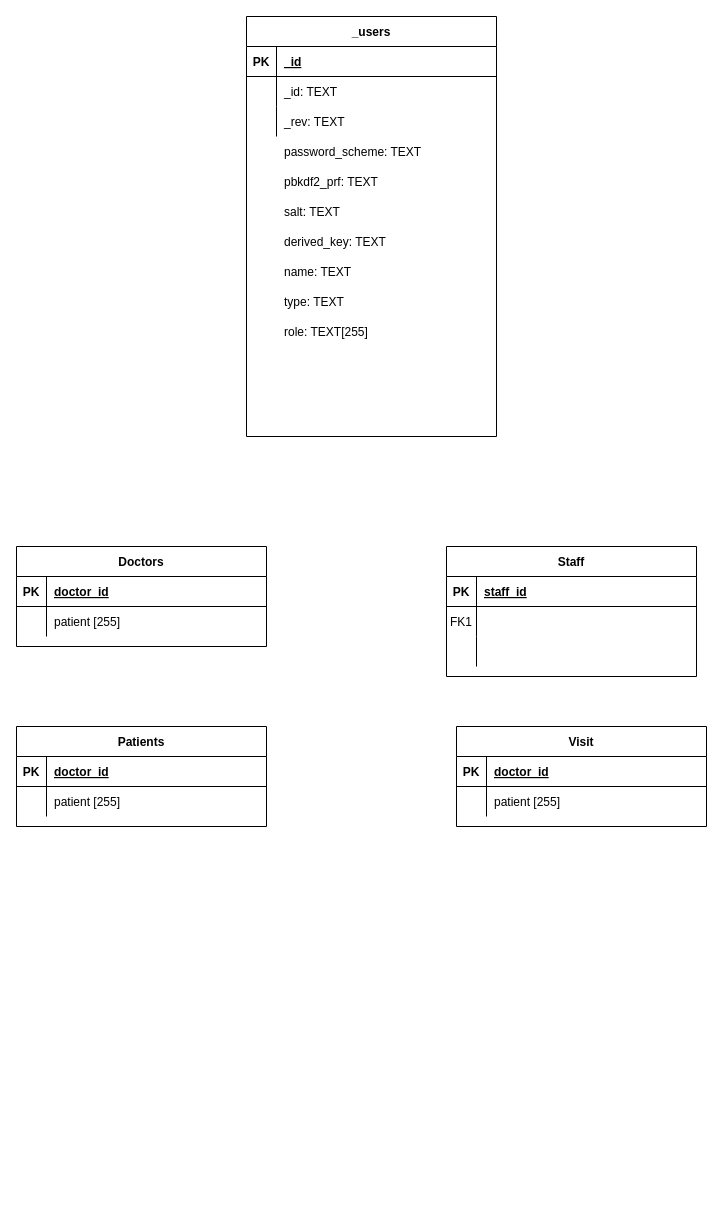
VilimTrakos/TDP_projekt keeps this draw.io diagram as TBP.drawio. Above is the earlier version. Source tidied: cells renumbered, new cells numbered last; positions are measured from the earlier drawing's top-left corner, leaving out a move shared by most shapes. Both pictures are drawn from the tidied source at 100%, with x=0, y=0 at pixel (16, 16).
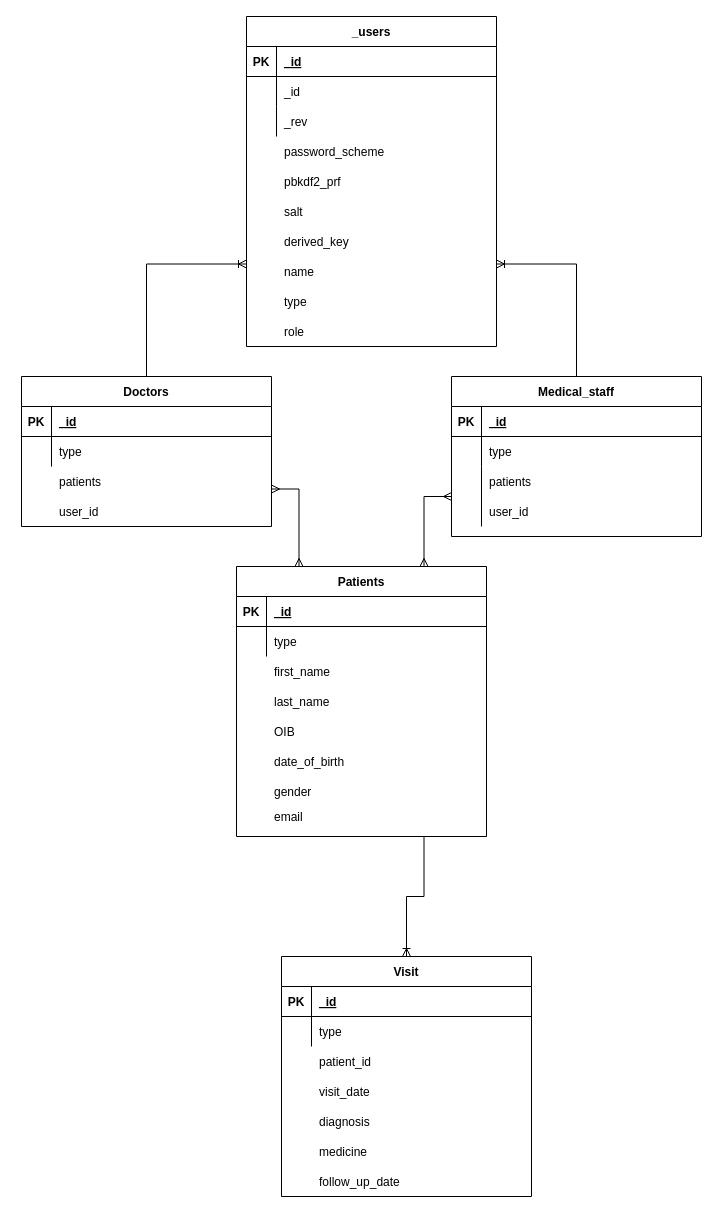
The same page after the edit.

The change refers to these unchanged cells:
```xml
<mxCell id="6" style="shape=partialRectangle;fillColor=none;top=0;left=0;right=0;bottom=0;" parent="2" vertex="1">
  <mxGeometry y="60" width="250" height="30" as="geometry" />
</mxCell>
<mxCell id="9" style="shape=partialRectangle;fillColor=none;top=0;left=0;right=0;bottom=0;" parent="2" vertex="1">
  <mxGeometry y="90" width="250" height="30" as="geometry" />
</mxCell>
<mxCell id="13" style="shape=partialRectangle;fillColor=none;top=0;left=0;right=0;bottom=1;" parent="12" vertex="1">
  <mxGeometry y="30" width="250" height="30" as="geometry" />
</mxCell>
<mxCell id="16" style="shape=partialRectangle;fillColor=none;top=0;left=0;right=0;bottom=0;" parent="12" vertex="1">
  <mxGeometry y="60" width="250" height="30" as="geometry" />
</mxCell>
<mxCell id="23" style="shape=partialRectangle;fillColor=none;top=0;left=0;right=0;bottom=1;" parent="22" vertex="1">
  <mxGeometry y="30" width="250" height="30" as="geometry" />
</mxCell>
<mxCell id="26" style="shape=partialRectangle;fillColor=none;top=0;left=0;right=0;bottom=0;" parent="22" vertex="1">
  <mxGeometry y="60" width="250" height="30" as="geometry" />
</mxCell>
<mxCell id="30" style="shape=partialRectangle;fillColor=none;top=0;left=0;right=0;bottom=1;" parent="29" vertex="1">
  <mxGeometry y="30" width="250" height="30" as="geometry" />
</mxCell>
<mxCell id="33" style="shape=partialRectangle;fillColor=none;top=0;left=0;right=0;bottom=0;" parent="29" vertex="1">
  <mxGeometry y="60" width="250" height="30" as="geometry" />
</mxCell>
<mxCell id="37" style="shape=partialRectangle;fillColor=none;top=0;left=0;right=0;bottom=1;" parent="36" vertex="1">
  <mxGeometry y="30" width="250" height="30" as="geometry" />
</mxCell>
<mxCell id="40" style="shape=partialRectangle;fillColor=none;top=0;left=0;right=0;bottom=0;" parent="36" vertex="1">
  <mxGeometry y="60" width="250" height="30" as="geometry" />
</mxCell>
```

The edit, as a diff of the source:
```diff
@@
     <mxCell id="2" value="_users" style="shape=table;startSize=30;childLayout=tableLayout;rowLines=0;fontStyle=1;align=center;" parent="1" vertex="1">
-      <mxGeometry x="230" width="250" height="420" as="geometry" />
+      <mxGeometry x="230" width="250" height="330" as="geometry" />
     </mxCell>
@@
-    <mxCell id="8" value="_id: TEXT" style="shape=partialRectangle;overflow=hidden;fillColor=none;top=0;left=0;bottom=0;right=0;align=left;spacingLeft=6;" parent="6" vertex="1">
+    <mxCell id="8" value="_id" style="shape=partialRectangle;overflow=hidden;fillColor=none;top=0;left=0;bottom=0;right=0;align=left;spacingLeft=6;" parent="6" vertex="1">
       <mxGeometry x="30" width="220" height="30" as="geometry" />
     </mxCell>
@@
-    <mxCell id="11" value="_rev: TEXT" style="shape=partialRectangle;overflow=hidden;fillColor=none;top=0;left=0;bottom=0;right=0;align=left;spacingLeft=6;" parent="9" vertex="1">
+    <mxCell id="11" value="_rev" style="shape=partialRectangle;overflow=hidden;fillColor=none;top=0;left=0;bottom=0;right=0;align=left;spacingLeft=6;" parent="9" vertex="1">
       <mxGeometry x="30" width="220" height="30" as="geometry" />
     </mxCell>
-    <mxCell id="12" value="Staff" style="shape=table;startSize=30;childLayout=tableLayout;rowLines=0;fontStyle=1;align=center;" parent="1" vertex="1">
-      <mxGeometry x="430" y="530" width="250" height="130" as="geometry" />
+    <mxCell id="12" value="Medical_staff" style="shape=table;startSize=30;childLayout=tableLayout;rowLines=0;fontStyle=1;align=center;" parent="1" vertex="1">
+      <mxGeometry x="435" y="360" width="250" height="160" as="geometry" />
     </mxCell>
@@
-    <mxCell id="15" value="staff_id" style="shape=partialRectangle;overflow=hidden;fillColor=none;top=0;left=0;bottom=0;right=0;align=left;spacingLeft=6;fontStyle=5;" parent="13" vertex="1">
+    <mxCell id="15" value="_id" style="shape=partialRectangle;overflow=hidden;fillColor=none;top=0;left=0;bottom=0;right=0;align=left;spacingLeft=6;fontStyle=5;" parent="13" vertex="1">
       <mxGeometry x="30" width="220" height="30" as="geometry" />
     </mxCell>
@@
-    <mxCell id="17" value="FK1" style="shape=partialRectangle;overflow=hidden;fillColor=none;top=0;left=0;bottom=0;right=0;" parent="16" vertex="1">
+    <mxCell id="17" style="shape=partialRectangle;overflow=hidden;fillColor=none;top=0;left=0;bottom=0;right=0;" parent="16" vertex="1">
       <mxGeometry width="30" height="30" as="geometry" />
     </mxCell>
@@
     <mxCell id="19" style="shape=partialRectangle;fillColor=none;points=[[0,0.5],[1,0.5]];portConstraint=eastwest;top=0;left=0;right=0;bottom=0;" parent="12" vertex="1">
-      <mxGeometry y="90" width="250" height="30" as="geometry" />
+      <mxGeometry y="90" width="250" height="60" as="geometry" />
     </mxCell>
     <mxCell id="20" style="shape=partialRectangle;overflow=hidden;fillColor=none;top=0;left=0;bottom=0;right=0;" parent="19" vertex="1">
-      <mxGeometry width="30" height="30" as="geometry" />
+      <mxGeometry width="30" height="60" as="geometry" />
     </mxCell>
     <mxCell id="21" style="shape=partialRectangle;overflow=hidden;fillColor=none;top=0;left=0;bottom=0;right=0;align=left;spacingLeft=6;" parent="19" vertex="1">
-      <mxGeometry x="30" width="220" height="30" as="geometry" />
+      <mxGeometry x="30" width="220" height="60" as="geometry" />
     </mxCell>
     <mxCell id="22" value="Doctors" style="shape=table;startSize=30;childLayout=tableLayout;rowLines=0;fontStyle=1;align=center;" parent="1" vertex="1">
-      <mxGeometry y="530" width="250" height="100" as="geometry" />
+      <mxGeometry x="5" y="360" width="250" height="150" as="geometry" />
     </mxCell>
@@
-    <mxCell id="25" value="doctor_id" style="shape=partialRectangle;overflow=hidden;fillColor=none;top=0;left=0;bottom=0;right=0;align=left;spacingLeft=6;fontStyle=5;" parent="23" vertex="1">
+    <mxCell id="25" value="_id" style="shape=partialRectangle;overflow=hidden;fillColor=none;top=0;left=0;bottom=0;right=0;align=left;spacingLeft=6;fontStyle=5;" parent="23" vertex="1">
       <mxGeometry x="30" width="220" height="30" as="geometry" />
     </mxCell>
@@
-    <mxCell id="28" value="patient [255]" style="shape=partialRectangle;overflow=hidden;fillColor=none;top=0;left=0;bottom=0;right=0;align=left;spacingLeft=6;" parent="26" vertex="1">
+    <mxCell id="28" style="shape=partialRectangle;overflow=hidden;fillColor=none;top=0;left=0;bottom=0;right=0;align=left;spacingLeft=6;" parent="26" vertex="1">
       <mxGeometry x="30" width="220" height="30" as="geometry" />
     </mxCell>
     <mxCell id="29" value="Patients" style="shape=table;startSize=30;childLayout=tableLayout;rowLines=0;fontStyle=1;align=center;" parent="1" vertex="1">
-      <mxGeometry y="710" width="250" height="100" as="geometry" />
+      <mxGeometry x="220" y="550" width="250" height="270" as="geometry" />
     </mxCell>
@@
-    <mxCell id="32" value="doctor_id" style="shape=partialRectangle;overflow=hidden;fillColor=none;top=0;left=0;bottom=0;right=0;align=left;spacingLeft=6;fontStyle=5;" parent="30" vertex="1">
+    <mxCell id="32" value="_id" style="shape=partialRectangle;overflow=hidden;fillColor=none;top=0;left=0;bottom=0;right=0;align=left;spacingLeft=6;fontStyle=5;" parent="30" vertex="1">
       <mxGeometry x="30" width="220" height="30" as="geometry" />
     </mxCell>
@@
-    <mxCell id="35" value="patient [255]" style="shape=partialRectangle;overflow=hidden;fillColor=none;top=0;left=0;bottom=0;right=0;align=left;spacingLeft=6;" parent="33" vertex="1">
+    <mxCell id="35" value="type" style="shape=partialRectangle;overflow=hidden;fillColor=none;top=0;left=0;bottom=0;right=0;align=left;spacingLeft=6;" parent="33" vertex="1">
       <mxGeometry x="30" width="220" height="30" as="geometry" />
     </mxCell>
     <mxCell id="36" value="Visit" style="shape=table;startSize=30;childLayout=tableLayout;rowLines=0;fontStyle=1;align=center;" parent="1" vertex="1">
-      <mxGeometry x="440" y="710" width="250" height="100" as="geometry" />
+      <mxGeometry x="265" y="940" width="250" height="240" as="geometry" />
     </mxCell>
@@
-    <mxCell id="39" value="doctor_id" style="shape=partialRectangle;overflow=hidden;fillColor=none;top=0;left=0;bottom=0;right=0;align=left;spacingLeft=6;fontStyle=5;" parent="37" vertex="1">
+    <mxCell id="39" value="_id" style="shape=partialRectangle;overflow=hidden;fillColor=none;top=0;left=0;bottom=0;right=0;align=left;spacingLeft=6;fontStyle=5;" parent="37" vertex="1">
       <mxGeometry x="30" width="220" height="30" as="geometry" />
     </mxCell>
@@
-    <mxCell id="42" value="patient [255]" style="shape=partialRectangle;overflow=hidden;fillColor=none;top=0;left=0;bottom=0;right=0;align=left;spacingLeft=6;" parent="40" vertex="1">
+    <mxCell id="42" value="type" style="shape=partialRectangle;overflow=hidden;fillColor=none;top=0;left=0;bottom=0;right=0;align=left;spacingLeft=6;" parent="40" vertex="1">
       <mxGeometry x="30" width="220" height="30" as="geometry" />
     </mxCell>
-    <mxCell id="43" value="password_scheme: TEXT" style="shape=partialRectangle;overflow=hidden;fillColor=none;top=0;left=0;bottom=0;right=0;align=left;spacingLeft=6;" parent="1" vertex="1">
+    <mxCell id="43" value="password_scheme" style="shape=partialRectangle;overflow=hidden;fillColor=none;top=0;left=0;bottom=0;right=0;align=left;spacingLeft=6;" parent="1" vertex="1">
       <mxGeometry x="260" y="120" width="220" height="30" as="geometry" />
     </mxCell>
-    <mxCell id="44" value="pbkdf2_prf: TEXT" style="shape=partialRectangle;overflow=hidden;fillColor=none;top=0;left=0;bottom=0;right=0;align=left;spacingLeft=6;" parent="1" vertex="1">
+    <mxCell id="44" value="pbkdf2_prf" style="shape=partialRectangle;overflow=hidden;fillColor=none;top=0;left=0;bottom=0;right=0;align=left;spacingLeft=6;" parent="1" vertex="1">
       <mxGeometry x="260" y="150" width="220" height="30" as="geometry" />
     </mxCell>
-    <mxCell id="45" value="salt: TEXT" style="shape=partialRectangle;overflow=hidden;fillColor=none;top=0;left=0;bottom=0;right=0;align=left;spacingLeft=6;" parent="1" vertex="1">
+    <mxCell id="45" value="salt" style="shape=partialRectangle;overflow=hidden;fillColor=none;top=0;left=0;bottom=0;right=0;align=left;spacingLeft=6;" parent="1" vertex="1">
       <mxGeometry x="260" y="180" width="220" height="30" as="geometry" />
     </mxCell>
-    <mxCell id="46" value="derived_key: TEXT" style="shape=partialRectangle;overflow=hidden;fillColor=none;top=0;left=0;bottom=0;right=0;align=left;spacingLeft=6;" parent="1" vertex="1">
-      <mxGeometry x="260" y="210" width="220" height="30" as="geometry" />
+    <mxCell id="46" value="derived_key" style="shape=partialRectangle;overflow=hidden;fillColor=none;top=0;left=0;bottom=0;right=0;align=left;spacingLeft=6;" parent="1" vertex="1">
+      <mxGeometry x="260" y="210" width="210" height="30" as="geometry" />
     </mxCell>
-    <mxCell id="47" value="name: TEXT" style="shape=partialRectangle;overflow=hidden;fillColor=none;top=0;left=0;bottom=0;right=0;align=left;spacingLeft=6;" parent="1" vertex="1">
+    <mxCell id="47" value="name" style="shape=partialRectangle;overflow=hidden;fillColor=none;top=0;left=0;bottom=0;right=0;align=left;spacingLeft=6;" parent="1" vertex="1">
       <mxGeometry x="260" y="240" width="220" height="30" as="geometry" />
     </mxCell>
-    <mxCell id="48" value="type: TEXT" style="shape=partialRectangle;overflow=hidden;fillColor=none;top=0;left=0;bottom=0;right=0;align=left;spacingLeft=6;" parent="1" vertex="1">
+    <mxCell id="48" value="type" style="shape=partialRectangle;overflow=hidden;fillColor=none;top=0;left=0;bottom=0;right=0;align=left;spacingLeft=6;" parent="1" vertex="1">
       <mxGeometry x="260" y="270" width="220" height="30" as="geometry" />
     </mxCell>
-    <mxCell id="49" value="role: TEXT[255]" style="shape=partialRectangle;overflow=hidden;fillColor=none;top=0;left=0;bottom=0;right=0;align=left;spacingLeft=6;" parent="1" vertex="1">
-      <mxGeometry x="260" y="300" width="220" height="30" as="geometry" />
+    <mxCell id="49" value="role" style="shape=partialRectangle;overflow=hidden;fillColor=none;top=0;left=0;bottom=0;right=0;align=left;spacingLeft=6;" parent="1" vertex="1">
+      <mxGeometry x="260" y="300" width="200" height="30" as="geometry" />
     </mxCell>
+    <mxCell id="50" value="type" style="shape=partialRectangle;overflow=hidden;fillColor=none;top=0;left=0;bottom=0;right=0;align=left;spacingLeft=6;" parent="1" vertex="1">
+      <mxGeometry x="35" y="420" width="180" height="30" as="geometry" />
+    </mxCell>
+    <mxCell id="51" value="patients" style="shape=partialRectangle;overflow=hidden;fillColor=none;top=0;left=0;bottom=0;right=0;align=left;spacingLeft=6;" parent="1" vertex="1">
+      <mxGeometry x="35" y="450" width="190" height="30" as="geometry" />
+    </mxCell>
+    <mxCell id="52" value="user_id" style="shape=partialRectangle;overflow=hidden;fillColor=none;top=0;left=0;bottom=0;right=0;align=left;spacingLeft=6;" parent="1" vertex="1">
+      <mxGeometry x="35" y="480" width="180" height="30" as="geometry" />
+    </mxCell>
+    <mxCell id="53" value="type" style="shape=partialRectangle;overflow=hidden;fillColor=none;top=0;left=0;bottom=0;right=0;align=left;spacingLeft=6;" parent="1" vertex="1">
+      <mxGeometry x="465" y="420" width="220" height="30" as="geometry" />
+    </mxCell>
+    <mxCell id="54" value="patients" style="shape=partialRectangle;overflow=hidden;fillColor=none;top=0;left=0;bottom=0;right=0;align=left;spacingLeft=6;" parent="1" vertex="1">
+      <mxGeometry x="465" y="450" width="220" height="30" as="geometry" />
+    </mxCell>
+    <mxCell id="55" value="user_id" style="shape=partialRectangle;overflow=hidden;fillColor=none;top=0;left=0;bottom=0;right=0;align=left;spacingLeft=6;" parent="1" vertex="1">
+      <mxGeometry x="465" y="480" width="220" height="30" as="geometry" />
+    </mxCell>
+    <mxCell id="56" value="first_name" style="shape=partialRectangle;overflow=hidden;fillColor=none;top=0;left=0;bottom=0;right=0;align=left;spacingLeft=6;" parent="1" vertex="1">
+      <mxGeometry x="250" y="640" width="220" height="30" as="geometry" />
+    </mxCell>
+    <mxCell id="57" value="last_name" style="shape=partialRectangle;overflow=hidden;fillColor=none;top=0;left=0;bottom=0;right=0;align=left;spacingLeft=6;" parent="1" vertex="1">
+      <mxGeometry x="250" y="670" width="220" height="30" as="geometry" />
+    </mxCell>
+    <mxCell id="58" value="OIB" style="shape=partialRectangle;overflow=hidden;fillColor=none;top=0;left=0;bottom=0;right=0;align=left;spacingLeft=6;" parent="1" vertex="1">
+      <mxGeometry x="250" y="700" width="220" height="30" as="geometry" />
+    </mxCell>
+    <mxCell id="59" value="date_of_birth" style="shape=partialRectangle;overflow=hidden;fillColor=none;top=0;left=0;bottom=0;right=0;align=left;spacingLeft=6;" parent="1" vertex="1">
+      <mxGeometry x="250" y="730" width="220" height="30" as="geometry" />
+    </mxCell>
+    <mxCell id="60" value="gender" style="shape=partialRectangle;overflow=hidden;fillColor=none;top=0;left=0;bottom=0;right=0;align=left;spacingLeft=6;" parent="1" vertex="1">
+      <mxGeometry x="250" y="760" width="220" height="30" as="geometry" />
+    </mxCell>
+    <mxCell id="61" value="email" style="shape=partialRectangle;overflow=hidden;fillColor=none;top=0;left=0;bottom=0;right=0;align=left;spacingLeft=6;" parent="1" vertex="1">
+      <mxGeometry x="250" y="790" width="200" height="20" as="geometry" />
+    </mxCell>
+    <mxCell id="62" value="patient_id" style="shape=partialRectangle;overflow=hidden;fillColor=none;top=0;left=0;bottom=0;right=0;align=left;spacingLeft=6;" parent="1" vertex="1">
+      <mxGeometry x="295" y="1030" width="220" height="30" as="geometry" />
+    </mxCell>
+    <mxCell id="63" value="visit_date" style="shape=partialRectangle;overflow=hidden;fillColor=none;top=0;left=0;bottom=0;right=0;align=left;spacingLeft=6;" parent="1" vertex="1">
+      <mxGeometry x="295" y="1060" width="220" height="30" as="geometry" />
+    </mxCell>
+    <mxCell id="64" value="diagnosis" style="shape=partialRectangle;overflow=hidden;fillColor=none;top=0;left=0;bottom=0;right=0;align=left;spacingLeft=6;" parent="1" vertex="1">
+      <mxGeometry x="295" y="1090" width="220" height="30" as="geometry" />
+    </mxCell>
+    <mxCell id="65" value="medicine" style="shape=partialRectangle;overflow=hidden;fillColor=none;top=0;left=0;bottom=0;right=0;align=left;spacingLeft=6;" parent="1" vertex="1">
+      <mxGeometry x="295" y="1120" width="220" height="30" as="geometry" />
+    </mxCell>
+    <mxCell id="66" value="follow_up_date" style="shape=partialRectangle;overflow=hidden;fillColor=none;top=0;left=0;bottom=0;right=0;align=left;spacingLeft=6;" parent="1" vertex="1">
+      <mxGeometry x="295" y="1150" width="220" height="30" as="geometry" />
+    </mxCell>
+    <mxCell id="67" style="edgeStyle=orthogonalEdgeStyle;fontSize=12;html=1;endArrow=ERmany;startArrow=ERmany;rounded=0;entryX=1;entryY=0.75;entryDx=0;entryDy=0;exitX=0.25;exitY=0;exitDx=0;exitDy=0;" parent="1" edge="1" source="29" target="22">
+      <mxGeometry relative="1" as="geometry" />
+    </mxCell>
+    <mxCell id="68" style="edgeStyle=orthogonalEdgeStyle;fontSize=12;html=1;endArrow=ERmany;startArrow=ERmany;rounded=0;entryX=0;entryY=0.5;entryDx=0;entryDy=0;exitX=0.75;exitY=0;exitDx=0;exitDy=0;" parent="1" edge="1" source="29" target="19">
+      <mxGeometry relative="1" as="geometry" />
+    </mxCell>
+    <mxCell id="69" style="edgeStyle=orthogonalEdgeStyle;fontSize=12;html=1;endArrow=ERoneToMany;rounded=0;entryX=0;entryY=0.75;entryDx=0;entryDy=0;exitX=0.5;exitY=0;exitDx=0;exitDy=0;" parent="1" edge="1" source="22" target="2">
+      <mxGeometry relative="1" as="geometry" />
+    </mxCell>
+    <mxCell id="70" style="edgeStyle=orthogonalEdgeStyle;fontSize=12;html=1;endArrow=ERoneToMany;rounded=0;entryX=1;entryY=0.75;entryDx=0;entryDy=0;exitX=0.5;exitY=0;exitDx=0;exitDy=0;" parent="1" edge="1" source="12" target="2">
+      <mxGeometry relative="1" as="geometry" />
+    </mxCell>
+    <mxCell id="71" style="edgeStyle=orthogonalEdgeStyle;fontSize=12;html=1;endArrow=ERoneToMany;rounded=0;entryX=0.5;entryY=0;entryDx=0;entryDy=0;exitX=0.75;exitY=1;exitDx=0;exitDy=0;" parent="1" edge="1" source="29" target="36">
+      <mxGeometry relative="1" as="geometry" />
+    </mxCell>
```
